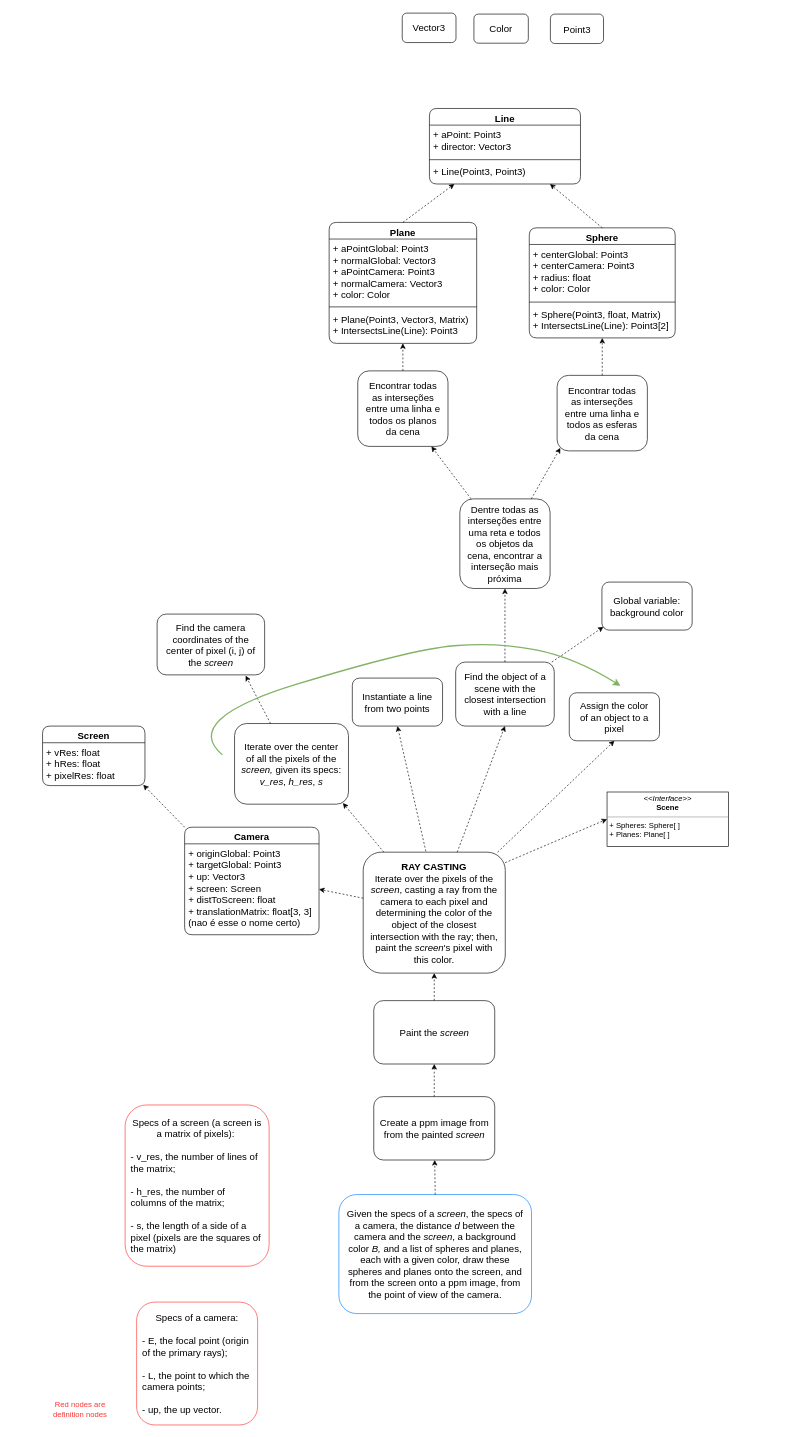
addaesg/Ray-Tracing keeps this draw.io diagram as Implementation UML/Plain Ray Casting.drawio. Above is the earlier version. Source tidied: cells renumbered, new cells numbered last; positions are measured from the earlier drawing's top-left corner, leaving out a move shared by most shapes. Both pictures are drawn from the tidied source at 64%, with x=0, y=0 at pixel (42, 13).
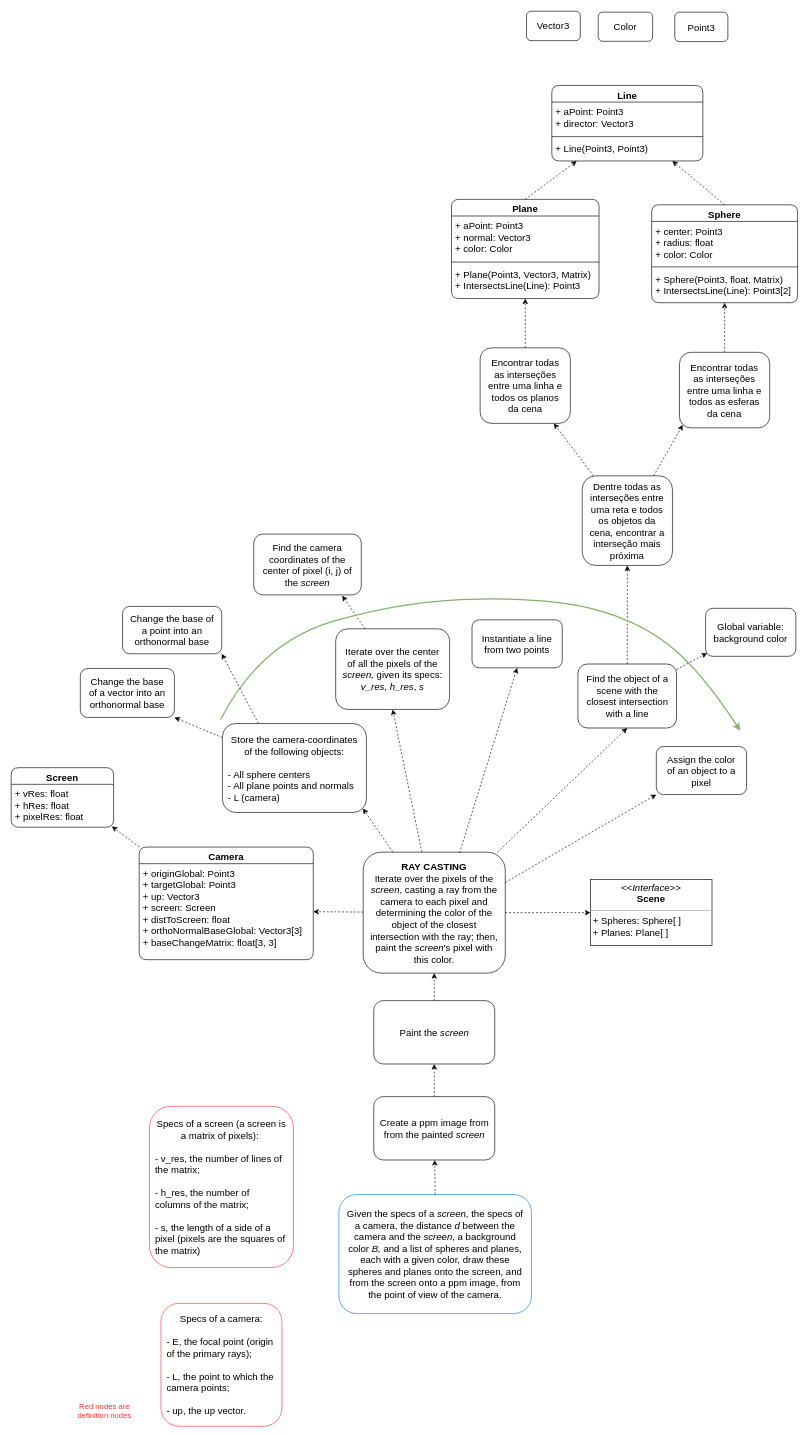
The same page after the edit.

The change refers to these unchanged cells:
```xml
<mxCell id="49" value="&lt;b&gt;RAY CASTING&lt;/b&gt;&lt;br&gt;Iterate over the pixels of the &lt;i&gt;screen&lt;/i&gt;, casting a ray from the camera to each pixel and determining the color of the object of the closest intersection with the ray; then, paint the &lt;i&gt;screen&lt;/i&gt;'s pixel with this color." style="text;html=1;strokeColor=default;fillColor=none;align=center;verticalAlign=middle;whiteSpace=wrap;rounded=1;fontSize=15;spacingLeft=8;spacingRight=8;" parent="1" vertex="1">
  <mxGeometry x="501" y="1311" width="222" height="189" as="geometry" />
</mxCell>
```

What changed in the source:
```diff
@@
     <mxCell id="3" value="Screen" style="swimlane;fontStyle=1;align=center;verticalAlign=top;horizontal=1;startSize=26;rounded=1;fontSize=15;strokeColor=default;" parent="1" vertex="1">
-      <mxGeometry y="1114" width="160" height="93" as="geometry" />
+      <mxGeometry x="-49" y="1179" width="160" height="93" as="geometry" />
     </mxCell>
@@
     <mxCell id="6" value="Camera" style="swimlane;fontStyle=1;align=center;verticalAlign=top;horizontal=1;startSize=26;rounded=1;fontSize=15;strokeColor=default;" parent="1" vertex="1">
-      <mxGeometry x="222" y="1272" width="210" height="168" as="geometry" />
+      <mxGeometry x="151" y="1303" width="272" height="176" as="geometry" />
     </mxCell>
-    <mxCell id="7" value="+ originGlobal: Point3&#10;+ targetGlobal: Point3&#10;+ up: Vector3&#10;+ screen: Screen&#10;+ distToScreen: float&#10;+ translationMatrix: float[3, 3]&#10;(nao é esse o nome certo)" style="text;strokeColor=none;fillColor=none;align=left;verticalAlign=top;spacingLeft=4;spacingRight=4;overflow=hidden;points=[[0,0.5],[1,0.5]];portConstraint=eastwest;rounded=1;fontSize=15;" parent="6" vertex="1">
-      <mxGeometry y="26" width="210" height="142" as="geometry" />
+    <mxCell id="7" value="+ originGlobal: Point3&#10;+ targetGlobal: Point3&#10;+ up: Vector3&#10;+ screen: Screen&#10;+ distToScreen: float&#10;+ orthoNormalBaseGlobal: Vector3[3]&#10;+ baseChangeMatrix: float[3, 3]" style="text;strokeColor=none;fillColor=none;align=left;verticalAlign=top;spacingLeft=4;spacingRight=4;overflow=hidden;points=[[0,0.5],[1,0.5]];portConstraint=eastwest;rounded=1;fontSize=15;" parent="6" vertex="1">
+      <mxGeometry y="26" width="272" height="150" as="geometry" />
     </mxCell>
@@
     <mxCell id="9" value="Sphere" style="swimlane;fontStyle=1;align=center;verticalAlign=top;horizontal=1;startSize=26;rounded=1;fontSize=15;strokeColor=default;" parent="1" vertex="1">
-      <mxGeometry x="760.5" y="335.5" width="228" height="172" as="geometry" />
+      <mxGeometry x="951.7" y="299.5" width="228" height="153" as="geometry" />
     </mxCell>
-    <mxCell id="10" value="+ centerGlobal: Point3&#10;+ centerCamera: Point3&#10;+ radius: float&#10;+ color: Color" style="text;strokeColor=none;fillColor=none;align=left;verticalAlign=top;spacingLeft=4;spacingRight=4;overflow=hidden;rounded=1;fontSize=15;" parent="9" vertex="1">
-      <mxGeometry y="26" width="228" height="86" as="geometry" />
+    <mxCell id="10" value="+ center: Point3&#10;+ radius: float&#10;+ color: Color" style="text;strokeColor=none;fillColor=none;align=left;verticalAlign=top;spacingLeft=4;spacingRight=4;overflow=hidden;rounded=1;fontSize=15;" parent="9" vertex="1">
+      <mxGeometry y="26" width="228" height="67" as="geometry" />
     </mxCell>
     <mxCell id="11" style="line;strokeWidth=1;fillColor=none;align=left;verticalAlign=middle;spacingTop=-1;spacingLeft=3;spacingRight=3;labelPosition=right;rounded=1;fontSize=15;" parent="9" vertex="1">
-      <mxGeometry y="112" width="228" height="8" as="geometry" />
+      <mxGeometry y="93" width="228" height="8" as="geometry" />
     </mxCell>
     <mxCell id="12" value="+ Sphere(Point3, float, Matrix)&#10;+ IntersectsLine(Line): Point3[2]" style="text;strokeColor=none;fillColor=none;align=left;verticalAlign=top;spacingLeft=4;spacingRight=4;overflow=hidden;rounded=1;fontSize=15;" parent="9" vertex="1">
-      <mxGeometry y="120" width="228" height="52" as="geometry" />
+      <mxGeometry y="101" width="228" height="52" as="geometry" />
     </mxCell>
@@
     <mxCell id="14" value="Plane" style="swimlane;fontStyle=1;align=center;verticalAlign=top;horizontal=1;startSize=26;rounded=1;fontSize=15;strokeColor=default;" parent="1" vertex="1">
-      <mxGeometry x="447.8" y="327" width="230.5" height="189" as="geometry" />
+      <mxGeometry x="639" y="291" width="230.5" height="155" as="geometry" />
     </mxCell>
-    <mxCell id="15" value="+ aPointGlobal: Point3&#10;+ normalGlobal: Vector3&#10;+ aPointCamera: Point3&#10;+ normalCamera: Vector3&#10;+ color: Color" style="text;strokeColor=none;fillColor=none;align=left;verticalAlign=top;spacingLeft=4;spacingRight=4;overflow=hidden;rounded=1;fontSize=15;" parent="14" vertex="1">
-      <mxGeometry y="26" width="230.5" height="102" as="geometry" />
+    <mxCell id="15" value="+ aPoint: Point3&#10;+ normal: Vector3&#10;+ color: Color" style="text;strokeColor=none;fillColor=none;align=left;verticalAlign=top;spacingLeft=4;spacingRight=4;overflow=hidden;rounded=1;fontSize=15;" parent="14" vertex="1">
+      <mxGeometry y="26" width="230.5" height="68" as="geometry" />
     </mxCell>
     <mxCell id="16" style="line;strokeWidth=1;fillColor=none;align=left;verticalAlign=middle;spacingTop=-1;spacingLeft=3;spacingRight=3;labelPosition=right;rounded=1;fontSize=15;" parent="14" vertex="1">
-      <mxGeometry y="128" width="230.5" height="8" as="geometry" />
+      <mxGeometry y="94" width="230.5" height="8" as="geometry" />
     </mxCell>
     <mxCell id="17" value="+ Plane(Point3, Vector3, Matrix)&#10;+ IntersectsLine(Line): Point3" style="text;strokeColor=none;fillColor=none;align=left;verticalAlign=top;spacingLeft=4;spacingRight=4;overflow=hidden;rounded=1;fontSize=15;" parent="14" vertex="1">
-      <mxGeometry y="136" width="230.5" height="53" as="geometry" />
+      <mxGeometry y="102" width="230.5" height="53" as="geometry" />
     </mxCell>
@@
     <mxCell id="22" value="Encontrar todas as interseções entre uma linha e todos os planos da cena" style="text;html=1;strokeColor=default;fillColor=none;align=center;verticalAlign=middle;whiteSpace=wrap;rounded=1;fontSize=15;spacingLeft=8;spacingRight=8;" parent="1" vertex="1">
-      <mxGeometry x="492.5" y="559" width="141" height="118" as="geometry" />
+      <mxGeometry x="683.7" y="523" width="141" height="118" as="geometry" />
     </mxCell>
@@
     <mxCell id="25" value="Line" style="swimlane;fontStyle=1;align=center;verticalAlign=top;horizontal=1;startSize=26;rounded=1;fontSize=15;strokeColor=default;" parent="1" vertex="1">
-      <mxGeometry x="604.5" y="149" width="236" height="118" as="geometry" />
+      <mxGeometry x="795.7" y="113" width="236" height="118" as="geometry" />
     </mxCell>
@@
     <mxCell id="30" value="Encontrar todas as interseções entre uma linha e todos as esferas da cena" style="text;html=1;strokeColor=default;fillColor=none;align=center;verticalAlign=middle;whiteSpace=wrap;rounded=1;fontSize=15;spacingLeft=8;spacingRight=8;" parent="1" vertex="1">
-      <mxGeometry x="804" y="566" width="141" height="118" as="geometry" />
+      <mxGeometry x="995.2" y="530" width="141" height="118" as="geometry" />
     </mxCell>
     <mxCell id="31" value="Dentre todas as interseções entre uma reta e todos os objetos da cena, encontrar a interseção mais próxima" style="text;html=1;strokeColor=default;fillColor=none;align=center;verticalAlign=middle;whiteSpace=wrap;rounded=1;fontSize=15;spacingLeft=8;spacingRight=8;" parent="1" vertex="1">
-      <mxGeometry x="652" y="759" width="141" height="140" as="geometry" />
+      <mxGeometry x="843.2" y="723" width="141" height="140" as="geometry" />
     </mxCell>
-    <mxCell id="32" value="&lt;p style=&quot;margin: 0px ; margin-top: 4px ; text-align: center&quot;&gt;&lt;i&gt;&amp;lt;&amp;lt;Interface&amp;gt;&amp;gt;&lt;/i&gt;&lt;br&gt;&lt;b&gt;Scene&lt;/b&gt;&lt;/p&gt;&lt;hr size=&quot;1&quot;&gt;&lt;p style=&quot;margin: 0px ; margin-left: 4px&quot;&gt;+ Spheres: Sphere[ ]&lt;br&gt;+ Planes: Plane[ ]&lt;/p&gt;&lt;p style=&quot;margin: 0px ; margin-left: 4px&quot;&gt;&lt;br&gt;&lt;/p&gt;" style="verticalAlign=top;align=left;overflow=fill;fontSize=12;fontFamily=Helvetica;html=1;" parent="1" vertex="1">
-      <mxGeometry x="882" y="1217" width="190" height="85" as="geometry" />
+    <mxCell id="32" value="&lt;p style=&quot;margin: 4px 0px 0px ; text-align: center ; font-size: 15px&quot;&gt;&lt;font style=&quot;font-size: 15px&quot;&gt;&lt;i&gt;&amp;lt;&amp;lt;Interface&amp;gt;&amp;gt;&lt;/i&gt;&lt;br&gt;&lt;b&gt;Scene&lt;/b&gt;&lt;/font&gt;&lt;/p&gt;&lt;hr size=&quot;1&quot; style=&quot;font-size: 15px&quot;&gt;&lt;p style=&quot;margin: 0px 0px 0px 4px ; font-size: 15px&quot;&gt;&lt;font style=&quot;font-size: 15px&quot;&gt;+ Spheres: Sphere[ ]&lt;br&gt;+ Planes: Plane[ ]&lt;/font&gt;&lt;/p&gt;&lt;p style=&quot;margin: 0px 0px 0px 4px ; font-size: 15px&quot;&gt;&lt;br&gt;&lt;/p&gt;" style="verticalAlign=top;align=left;overflow=fill;fontSize=12;fontFamily=Helvetica;html=1;" parent="1" vertex="1">
+      <mxGeometry x="856" y="1354" width="190" height="103" as="geometry" />
     </mxCell>
-    <mxCell id="33" style="edgeStyle=none;rounded=0;jettySize=auto;html=1;entryX=0;entryY=0.5;entryDx=0;entryDy=0;dashed=1;exitX=0.999;exitY=0.087;exitDx=0;exitDy=0;exitPerimeter=0;" parent="1" edge="1" source="49" target="32">
-      <mxGeometry relative="1" as="geometry" />
-    </mxCell>
@@
     <mxCell id="35" value="Iterate over the center of all the pixels of the &lt;i&gt;screen, &lt;/i&gt;given its specs: &lt;i&gt;v_res&lt;/i&gt;, &lt;i&gt;h_res&lt;/i&gt;, &lt;i&gt;s&lt;/i&gt;" style="text;html=1;strokeColor=default;fillColor=none;align=center;verticalAlign=middle;whiteSpace=wrap;rounded=1;fontSize=15;spacingLeft=8;spacingRight=8;" parent="1" vertex="1">
-      <mxGeometry x="300" y="1110" width="178" height="126" as="geometry" />
+      <mxGeometry x="458" y="962" width="178" height="126" as="geometry" />
     </mxCell>
-    <mxCell id="36" style="edgeStyle=none;rounded=0;jettySize=auto;html=1;entryX=0.951;entryY=0.986;entryDx=0;entryDy=0;dashed=1;entryPerimeter=0;" parent="1" edge="1" source="49" target="35">
-      <mxGeometry relative="1" as="geometry" />
-    </mxCell>
     <mxCell id="37" value="Find the camera coordinates of the center of pixel (i, j) of the &lt;i&gt;screen&lt;/i&gt;" style="text;html=1;strokeColor=default;fillColor=none;align=center;verticalAlign=middle;whiteSpace=wrap;rounded=1;fontSize=15;spacingLeft=8;spacingRight=8;" parent="1" vertex="1">
-      <mxGeometry x="179" y="939" width="168" height="95" as="geometry" />
+      <mxGeometry x="330" y="814" width="168" height="95" as="geometry" />
     </mxCell>
     <mxCell id="38" value="Global variable: background color" style="text;html=1;strokeColor=default;fillColor=none;align=center;verticalAlign=middle;whiteSpace=wrap;rounded=1;fontSize=15;spacingLeft=8;spacingRight=8;" parent="1" vertex="1">
-      <mxGeometry x="874" y="889" width="141" height="75" as="geometry" />
+      <mxGeometry x="1036" y="930" width="141" height="75" as="geometry" />
     </mxCell>
     <mxCell id="39" value="Instantiate a line from two points" style="text;html=1;strokeColor=default;fillColor=none;align=center;verticalAlign=middle;whiteSpace=wrap;rounded=1;fontSize=15;spacingLeft=8;spacingRight=8;" parent="1" vertex="1">
-      <mxGeometry x="484" y="1039" width="141" height="75" as="geometry" />
+      <mxGeometry x="671" y="948" width="141" height="75" as="geometry" />
     </mxCell>
-    <mxCell id="40" style="edgeStyle=none;rounded=0;jettySize=auto;html=1;dashed=1;exitX=0.441;exitY=-0.007;exitDx=0;exitDy=0;exitPerimeter=0;entryX=0.5;entryY=1;entryDx=0;entryDy=0;" parent="1" edge="1" source="49" target="39">
-      <mxGeometry relative="1" as="geometry" />
-    </mxCell>
@@
     <mxCell id="43" value="Find the object of a scene with the closest intersection with a line" style="text;html=1;strokeColor=default;fillColor=none;align=center;verticalAlign=middle;whiteSpace=wrap;rounded=1;fontSize=15;spacingLeft=8;spacingRight=8;" parent="1" vertex="1">
-      <mxGeometry x="645.5" y="1014" width="154" height="100" as="geometry" />
+      <mxGeometry x="836.5" y="1017" width="154" height="100" as="geometry" />
     </mxCell>
@@
     <mxCell id="45" value="Assign the color of an object to a pixel" style="text;html=1;strokeColor=default;fillColor=none;align=center;verticalAlign=middle;whiteSpace=wrap;rounded=1;fontSize=15;spacingLeft=8;spacingRight=8;" parent="1" vertex="1">
-      <mxGeometry x="823" y="1062" width="141" height="75" as="geometry" />
+      <mxGeometry x="959" y="1146" width="141" height="75" as="geometry" />
     </mxCell>
-    <mxCell id="46" style="edgeStyle=none;rounded=0;jettySize=auto;html=1;entryX=0.5;entryY=1;entryDx=0;entryDy=0;dashed=1;" parent="1" edge="1" source="49" target="45">
-      <mxGeometry relative="1" as="geometry" />
-    </mxCell>
     <mxCell id="47" style="curved=1;endArrow=classic;html=1;rounded=0;strokeWidth=2;fillColor=#d5e8d4;strokeColor=#82b366;" parent="1" edge="1">
       <mxGeometry relative="1" as="geometry">
-        <mxPoint x="281" y="1159" as="sourcePoint" />
-        <mxPoint x="903" y="1051" as="targetPoint" />
+        <mxPoint x="278" y="1104" as="sourcePoint" />
+        <mxPoint x="1090" y="1121" as="targetPoint" />
         <Array as="points">
-          <mxPoint x="216" y="1104" />
-          <mxPoint x="576" y="994" />
-          <mxPoint x="710" y="983" />
-          <mxPoint x="832" y="1007" />
+          <mxPoint x="340" y="984" />
+          <mxPoint x="567" y="917" />
+          <mxPoint x="797" y="914" />
+          <mxPoint x="931" y="950" />
+          <mxPoint x="1028" y="1026" />
         </Array>
       </mxGeometry>
     </mxCell>
@@
+    <mxCell id="40" style="edgeStyle=none;rounded=0;jettySize=auto;html=1;exitX=0.678;exitY=0.006;exitDx=0;exitDy=0;entryX=0.5;entryY=1;entryDx=0;entryDy=0;dashed=1;fontSize=15;fontColor=#FF3333;strokeColor=#000000;exitPerimeter=0;" parent="1" edge="1" source="49" target="39">
+      <mxGeometry relative="1" as="geometry" />
+    </mxCell>
+    <mxCell id="36" style="edgeStyle=none;rounded=0;jettySize=auto;html=1;entryX=0.5;entryY=1;entryDx=0;entryDy=0;dashed=1;fontSize=15;fontColor=#FF3333;strokeColor=#000000;" parent="1" edge="1" source="49" target="35">
+      <mxGeometry relative="1" as="geometry" />
+    </mxCell>
+    <mxCell id="33" style="edgeStyle=none;rounded=0;jettySize=auto;html=1;entryX=0;entryY=0.5;entryDx=0;entryDy=0;dashed=1;fontSize=15;fontColor=#FF3333;strokeColor=#000000;" parent="1" edge="1" source="49" target="32">
+      <mxGeometry relative="1" as="geometry" />
+    </mxCell>
+    <mxCell id="46" style="edgeStyle=none;rounded=0;jettySize=auto;html=1;exitX=1;exitY=0.25;exitDx=0;exitDy=0;entryX=0;entryY=1;entryDx=0;entryDy=0;dashed=1;fontSize=15;fontColor=#FF3333;strokeColor=#000000;" parent="1" edge="1" source="49" target="45">
+      <mxGeometry relative="1" as="geometry" />
+    </mxCell>
+    <mxCell id="58" style="edgeStyle=none;rounded=0;jettySize=auto;html=1;entryX=0.976;entryY=0.955;entryDx=0;entryDy=0;dashed=1;fontSize=15;fontColor=#FF3333;strokeColor=#000000;entryPerimeter=0;" parent="1" edge="1" source="49" target="61">
+      <mxGeometry relative="1" as="geometry" />
+    </mxCell>
@@
     <mxCell id="50" value="Point3" style="text;html=1;strokeColor=default;fillColor=none;align=center;verticalAlign=middle;whiteSpace=wrap;rounded=1;fontSize=15;spacingLeft=8;spacingRight=8;" parent="1" vertex="1">
-      <mxGeometry x="793.5" y="1.5" width="83" height="46" as="geometry" />
+      <mxGeometry x="987.8" y="-1.5" width="83" height="46" as="geometry" />
     </mxCell>
     <mxCell id="51" value="Vector3" style="text;html=1;strokeColor=default;fillColor=none;align=center;verticalAlign=middle;whiteSpace=wrap;rounded=1;fontSize=15;spacingLeft=8;spacingRight=8;" parent="1" vertex="1">
-      <mxGeometry x="562" width="84" height="46" as="geometry" />
+      <mxGeometry x="756.2" y="-3" width="84" height="46" as="geometry" />
     </mxCell>
     <mxCell id="52" value="Color" style="text;html=1;strokeColor=default;fillColor=none;align=center;verticalAlign=middle;whiteSpace=wrap;rounded=1;fontSize=15;spacingLeft=8;spacingRight=8;" parent="1" vertex="1">
-      <mxGeometry x="674" y="1.5" width="85" height="45.5" as="geometry" />
+      <mxGeometry x="868.2" y="-1.5" width="85" height="45.5" as="geometry" />
     </mxCell>
     <mxCell id="53" value="Specs of a screen (a screen is a matrix of pixels):&amp;nbsp;&lt;br&gt;&lt;br&gt;&lt;div style=&quot;text-align: left ; line-height: 1.2&quot;&gt;- v_res, the number of lines of the matrix;&lt;/div&gt;&lt;div style=&quot;text-align: left ; line-height: 1.2&quot;&gt;&lt;br&gt;&lt;/div&gt;&lt;div style=&quot;text-align: left&quot;&gt;- h_res, the number of columns of the matrix;&lt;/div&gt;&lt;div style=&quot;text-align: left&quot;&gt;&lt;br&gt;&lt;/div&gt;&lt;div style=&quot;text-align: left&quot;&gt;- s, the length of a side of a pixel (pixels are the squares of the matrix)&lt;/div&gt;" style="text;html=1;strokeColor=#FF3333;fillColor=none;align=center;verticalAlign=middle;whiteSpace=wrap;rounded=1;fontSize=15;spacingLeft=8;spacingRight=8;" parent="1" vertex="1">
-      <mxGeometry x="129" y="1706" width="225" height="252" as="geometry" />
+      <mxGeometry x="167" y="1708" width="225" height="252" as="geometry" />
     </mxCell>
@@
     <mxCell id="56" value="Specs of a camera:&lt;br&gt;&lt;br&gt;&lt;div style=&quot;text-align: left&quot;&gt;&lt;span&gt;- E, the focal point (origin of the primary rays);&amp;nbsp;&lt;/span&gt;&lt;/div&gt;&lt;div style=&quot;text-align: left&quot;&gt;&lt;span&gt;&lt;br&gt;&lt;/span&gt;&lt;/div&gt;&lt;div style=&quot;text-align: left&quot;&gt;&lt;span&gt;- L, the point to which the camera points;&lt;/span&gt;&lt;/div&gt;&lt;div style=&quot;text-align: left&quot;&gt;&lt;span&gt;&lt;br&gt;&lt;/span&gt;&lt;/div&gt;&lt;div style=&quot;text-align: left&quot;&gt;&lt;span&gt;- up, the up vector.&lt;/span&gt;&lt;/div&gt;" style="text;html=1;strokeColor=#FF3333;fillColor=none;align=center;verticalAlign=middle;whiteSpace=wrap;rounded=1;fontSize=15;spacingLeft=8;spacingRight=8;" parent="1" vertex="1">
-      <mxGeometry x="147" y="2014" width="189" height="192" as="geometry" />
+      <mxGeometry x="185" y="2016" width="189" height="192" as="geometry" />
     </mxCell>
     <mxCell id="57" value="&lt;font color=&quot;#ff3333&quot;&gt;Red nodes are definition nodes&lt;/font&gt;" style="text;html=1;strokeColor=none;fillColor=none;align=center;verticalAlign=middle;whiteSpace=wrap;rounded=0;" parent="1" vertex="1">
-      <mxGeometry x="12" y="2157" width="94" height="49" as="geometry" />
+      <mxGeometry x="50" y="2159" width="94" height="49" as="geometry" />
     </mxCell>
+    <mxCell id="59" style="edgeStyle=none;rounded=0;jettySize=auto;html=1;entryX=1;entryY=1;entryDx=0;entryDy=0;dashed=1;fontSize=15;fontColor=#FF3333;strokeColor=#000000;" parent="1" edge="1" source="61" target="63">
+      <mxGeometry relative="1" as="geometry" />
+    </mxCell>
+    <mxCell id="60" style="edgeStyle=none;rounded=0;jettySize=auto;html=1;exitX=0.25;exitY=0;exitDx=0;exitDy=0;entryX=1;entryY=1;entryDx=0;entryDy=0;dashed=1;fontSize=15;fontColor=#FF3333;strokeColor=#000000;" parent="1" edge="1" source="61" target="62">
+      <mxGeometry relative="1" as="geometry" />
+    </mxCell>
+    <mxCell id="61" value="Store the camera-coordinates of the following objects:&lt;br&gt;&lt;br&gt;&lt;div style=&quot;text-align: left&quot;&gt;&lt;span&gt;- All sphere centers&lt;/span&gt;&lt;/div&gt;&lt;div style=&quot;text-align: left&quot;&gt;&lt;span&gt;- All plane points and normals&lt;/span&gt;&lt;/div&gt;&lt;div style=&quot;text-align: left&quot;&gt;&lt;span&gt;- L (camera)&lt;/span&gt;&lt;/div&gt;" style="text;html=1;strokeColor=default;fillColor=none;align=center;verticalAlign=middle;whiteSpace=wrap;rounded=1;fontSize=15;spacingLeft=8;spacingRight=8;" parent="1" vertex="1">
+      <mxGeometry x="281" y="1110" width="225" height="139" as="geometry" />
+    </mxCell>
+    <mxCell id="62" value="Change the base of a point into an orthonormal base" style="text;html=1;strokeColor=default;fillColor=none;align=center;verticalAlign=middle;whiteSpace=wrap;rounded=1;fontSize=15;spacingLeft=8;spacingRight=8;" parent="1" vertex="1">
+      <mxGeometry x="125" y="927" width="155" height="74" as="geometry" />
+    </mxCell>
+    <mxCell id="63" value="Change the base of a vector into an orthonormal base" style="text;html=1;strokeColor=default;fillColor=none;align=center;verticalAlign=middle;whiteSpace=wrap;rounded=1;fontSize=15;spacingLeft=8;spacingRight=8;" parent="1" vertex="1">
+      <mxGeometry x="59" y="1024" width="147" height="76.5" as="geometry" />
+    </mxCell>
```
